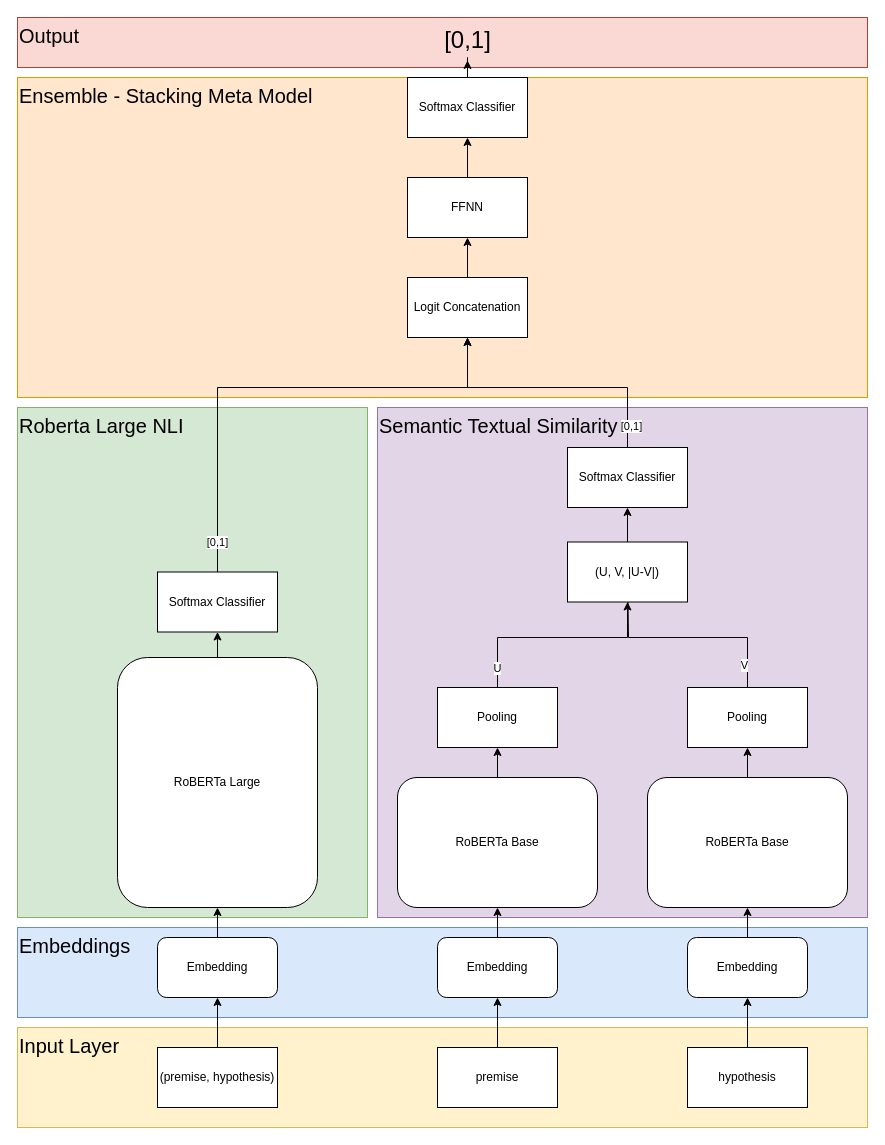
Above: NLI_Transformer.drawio in AAP9002/COMP34812-NLU-NLI (draw.io), before the change. Source tidied: cells renumbered, new cells numbered last; positions are measured from the earlier drawing's top-left corner, leaving out a move shared by most shapes. Both pictures are drawn from the tidied source at 100%, with x=0, y=0 at pixel (17, 17).
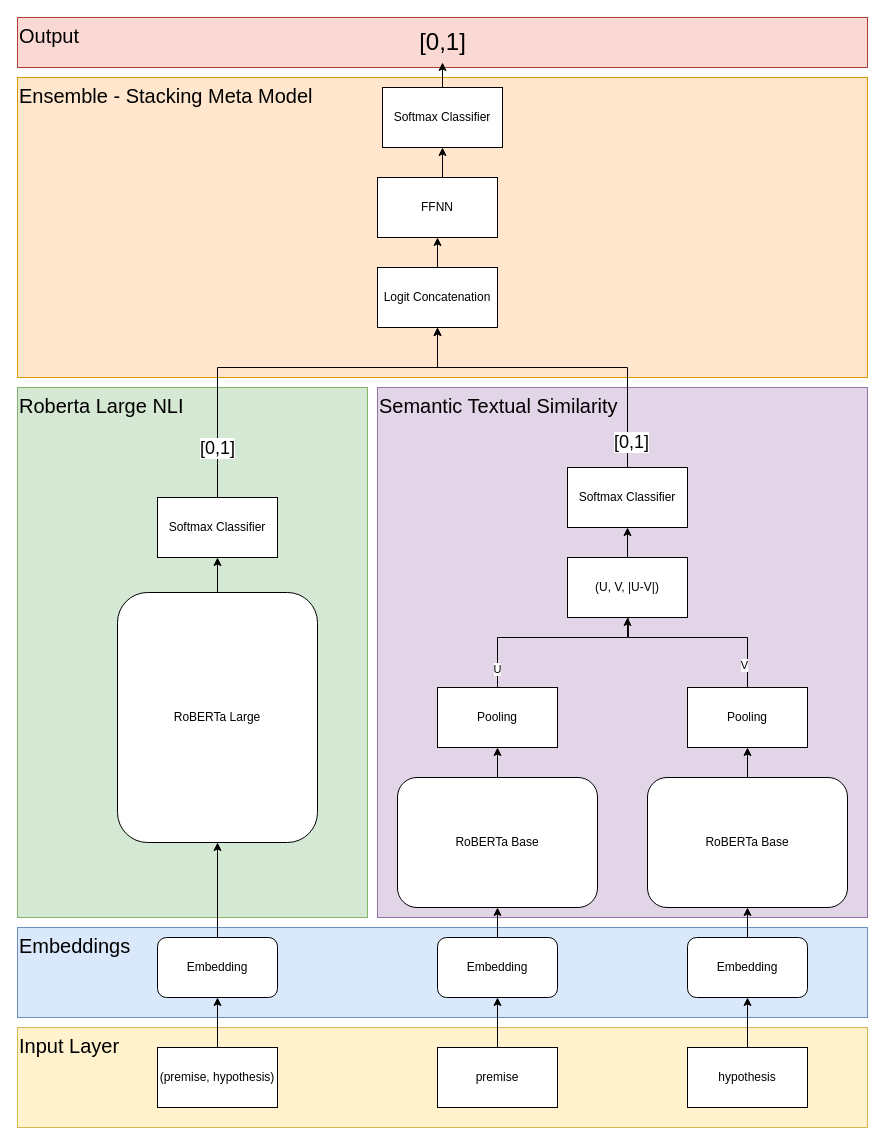
After the change.

What changed in the source:
```diff
@@
     <mxCell id="3" value="Ensemble - Stacking Meta Model" style="rounded=0;whiteSpace=wrap;html=1;align=left;fillColor=#ffe6cc;strokeColor=#d79b00;labelBackgroundColor=none;verticalAlign=top;fontSize=20;" parent="1" vertex="1">
-      <mxGeometry y="60" width="850" height="320" as="geometry" />
+      <mxGeometry y="60" width="850" height="300" as="geometry" />
     </mxCell>
     <mxCell id="4" value="Semantic Textual Similarity" style="rounded=0;whiteSpace=wrap;html=1;align=left;fillColor=#e1d5e7;strokeColor=#9673a6;labelBackgroundColor=none;verticalAlign=top;fontSize=20;" parent="1" vertex="1">
-      <mxGeometry x="360" y="390" width="490" height="510" as="geometry" />
+      <mxGeometry x="360" y="370" width="490" height="530" as="geometry" />
     </mxCell>
     <mxCell id="5" value="Roberta Large NLI" style="rounded=0;whiteSpace=wrap;html=1;align=left;fillColor=#d5e8d4;strokeColor=#82b366;labelBackgroundColor=none;verticalAlign=top;fontSize=20;" parent="1" vertex="1">
-      <mxGeometry y="390" width="350" height="510" as="geometry" />
+      <mxGeometry y="370" width="350" height="530" as="geometry" />
     </mxCell>
@@
     <mxCell id="21" value="RoBERTa Large" style="rounded=1;whiteSpace=wrap;html=1;glass=0;shadow=0;" parent="1" vertex="1">
-      <mxGeometry x="100" y="640" width="200" height="250" as="geometry" />
+      <mxGeometry x="100" y="575" width="200" height="250" as="geometry" />
     </mxCell>
@@
     <mxCell id="33" value="(U, V, |U-V|)" style="rounded=0;whiteSpace=wrap;html=1;" parent="1" vertex="1">
-      <mxGeometry x="550" y="524.5" width="120" height="60" as="geometry" />
+      <mxGeometry x="550" y="540" width="120" height="60" as="geometry" />
     </mxCell>
     <mxCell id="34" value="Softmax Classifier" style="rounded=0;whiteSpace=wrap;html=1;" parent="1" vertex="1">
-      <mxGeometry x="550" y="430" width="120" height="60" as="geometry" />
+      <mxGeometry x="550" y="450" width="120" height="60" as="geometry" />
     </mxCell>
     <mxCell id="35" style="edgeStyle=orthogonalEdgeStyle;rounded=0;jettySize=auto;html=1;exitX=0.5;exitY=0;exitDx=0;exitDy=0;entryX=0.5;entryY=1;entryDx=0;entryDy=0;" parent="1" edge="1" source="37" target="39">
       <mxGeometry relative="1" as="geometry">
         <Array as="points">
-          <mxPoint x="200" y="370" />
-          <mxPoint x="450" y="370" />
+          <mxPoint x="200" y="350" />
+          <mxPoint x="420" y="350" />
         </Array>
       </mxGeometry>
     </mxCell>
-    <mxCell id="36" value="[0,1]" style="edgeLabel;html=1;align=center;verticalAlign=middle;" parent="35" vertex="1">
+    <mxCell id="36" value="[0,1]" style="edgeLabel;html=1;align=center;verticalAlign=middle;fontSize=18;" parent="35" vertex="1">
       <mxGeometry x="-0.88" y="1" relative="1" as="geometry">
-        <mxPoint y="-1" as="offset" />
+        <mxPoint y="-27" as="offset" />
       </mxGeometry>
     </mxCell>
     <mxCell id="37" value="Softmax Classifier" style="rounded=0;whiteSpace=wrap;html=1;" parent="1" vertex="1">
-      <mxGeometry x="140" y="554.5" width="120" height="60" as="geometry" />
+      <mxGeometry x="140" y="480" width="120" height="60" as="geometry" />
     </mxCell>
@@
     <mxCell id="39" value="Logit Concatenation" style="rounded=0;whiteSpace=wrap;html=1;" parent="1" vertex="1">
-      <mxGeometry x="390" y="260" width="120" height="60" as="geometry" />
+      <mxGeometry x="360" y="250" width="120" height="60" as="geometry" />
     </mxCell>
@@
     <mxCell id="41" value="FFNN" style="rounded=0;whiteSpace=wrap;html=1;" parent="1" vertex="1">
-      <mxGeometry x="390" y="160" width="120" height="60" as="geometry" />
+      <mxGeometry x="360" y="160" width="120" height="60" as="geometry" />
     </mxCell>
@@
     <mxCell id="43" value="Softmax Classifier" style="rounded=0;whiteSpace=wrap;html=1;" parent="1" vertex="1">
-      <mxGeometry x="390" y="60" width="120" height="60" as="geometry" />
+      <mxGeometry x="365" y="70" width="120" height="60" as="geometry" />
     </mxCell>
     <mxCell id="44" style="endArrow=classic;html=1;rounded=0;exitX=0.5;exitY=0;exitDx=0;exitDy=0;entryX=0.5;entryY=1;entryDx=0;entryDy=0;" parent="1" edge="1" source="34" target="39">
       <mxGeometry relative="1" as="geometry">
         <Array as="points">
-          <mxPoint x="610" y="370" />
-          <mxPoint x="450" y="370" />
+          <mxPoint x="610" y="350" />
+          <mxPoint x="420" y="350" />
         </Array>
       </mxGeometry>
     </mxCell>
-    <mxCell id="45" value="[0,1]" style="edgeLabel;html=1;align=center;verticalAlign=middle;" parent="44" vertex="1">
+    <mxCell id="45" value="[0,1]" style="edgeLabel;html=1;align=center;verticalAlign=middle;fontSize=18;" parent="44" vertex="1">
       <mxGeometry x="-0.84" y="-3" relative="1" as="geometry" />
     </mxCell>
     <mxCell id="46" value="&lt;font style=&quot;font-size: 24px;&quot;&gt;[0,1]&lt;/font&gt;" style="text;html=1;align=center;verticalAlign=middle;points=[];strokeColor=none;fillColor=none;" parent="1" vertex="1">
-      <mxGeometry x="415" y="3" width="70" height="40" as="geometry" />
+      <mxGeometry x="390" y="5" width="70" height="40" as="geometry" />
     </mxCell>
```
